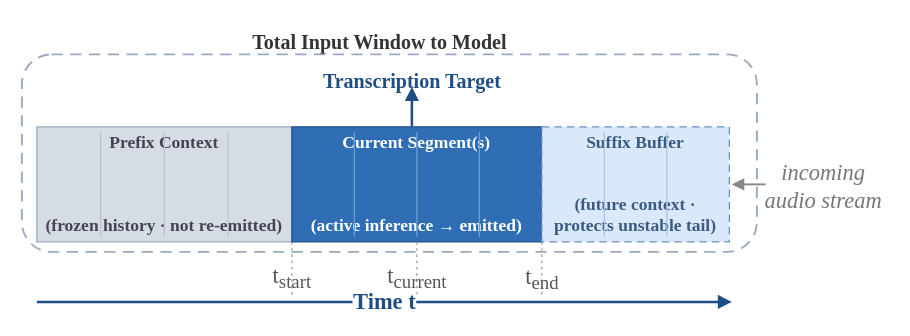
Earlier version of the draw.io diagram paper/tougao/attach/drawprompt/pic4.drawio (hua0424/streamllm). Source tidied: cells renumbered, new cells numbered last; positions are measured from the earlier drawing's top-left corner, leaving out a move shared by most shapes. Both pictures are drawn from the tidied source at 125%, with x=0, y=0 at pixel (21, 21).
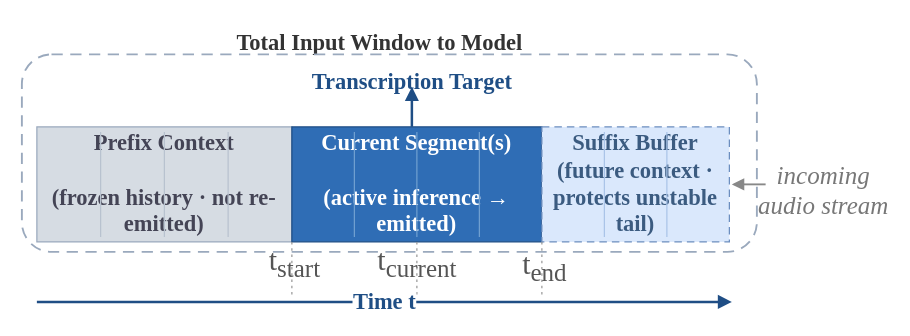
The same page after the edit.

Change to the diagram source:
```diff
@@
-    <mxCell id="2" value="&lt;font face=&quot;Times New Roman&quot; style=&quot;font-size: 16px;&quot;&gt;Total Input Window to Model&lt;/font&gt;" style="text;html=1;align=center;fontSize=12;fontStyle=1;fontColor=#333333;" parent="1" vertex="1">
+    <mxCell id="2" value="&lt;font face=&quot;Times New Roman&quot; style=&quot;font-size: 18px;&quot;&gt;Total Input Window to Model&lt;/font&gt;" style="text;html=1;align=center;fontSize=12;fontStyle=1;fontColor=#333333;" parent="1" vertex="1">
       <mxGeometry x="126" width="320" height="18" as="geometry" />
     </mxCell>
@@
-    <mxCell id="5" value="&lt;font face=&quot;Times New Roman&quot; style=&quot;font-size: 16px;&quot;&gt;Transcription Target&lt;/font&gt;" style="text;html=1;align=center;fontSize=10;fontStyle=1;fontColor=#1f4e85;" parent="1" vertex="1">
+    <mxCell id="5" value="&lt;font face=&quot;Times New Roman&quot; style=&quot;font-size: 18px;&quot;&gt;Transcription Target&lt;/font&gt;" style="text;html=1;align=center;fontSize=10;fontStyle=1;fontColor=#1f4e85;" parent="1" vertex="1">
       <mxGeometry x="222" y="31" width="180" height="14" as="geometry" />
     </mxCell>
-    <mxCell id="6" value="&lt;font face=&quot;Times New Roman&quot; style=&quot;font-size: 14px;&quot;&gt;Prefix Context&lt;br&gt;&lt;br&gt;&lt;br&gt;&lt;br&gt;(frozen history · not re-emitted)&lt;/font&gt;" style="rounded=0;whiteSpace=wrap;html=1;fillColor=#d6dce3;strokeColor=#9aa9bd;fontSize=12;fontStyle=1;fontColor=#445;verticalAlign=middle;" parent="1" vertex="1">
+    <mxCell id="6" value="&lt;font face=&quot;Times New Roman&quot; style=&quot;font-size: 18px;&quot;&gt;Prefix Context&lt;br&gt;&lt;br&gt;(frozen history · not re-emitted)&lt;/font&gt;" style="rounded=0;whiteSpace=wrap;html=1;fillColor=#d6dce3;strokeColor=#9aa9bd;fontSize=12;fontStyle=1;fontColor=#445;verticalAlign=middle;" parent="1" vertex="1">
       <mxGeometry x="12" y="84" width="204" height="92" as="geometry" />
     </mxCell>
-    <mxCell id="7" value="&lt;font face=&quot;Times New Roman&quot; style=&quot;font-size: 14px;&quot;&gt;Current Segment(s)&lt;br&gt;&lt;br&gt;&lt;br&gt;&lt;br&gt;(active inference → emitted)&lt;/font&gt;" style="rounded=0;whiteSpace=wrap;html=1;fillColor=#2f6db5;strokeColor=#1f4e85;fontSize=13;fontStyle=1;fontColor=#ffffff;verticalAlign=middle;" parent="1" vertex="1">
+    <mxCell id="7" value="&lt;font face=&quot;Times New Roman&quot; style=&quot;font-size: 18px;&quot;&gt;Current Segment(s)&lt;br&gt;&lt;br&gt;(active inference → emitted)&lt;/font&gt;" style="rounded=0;whiteSpace=wrap;html=1;fillColor=#2f6db5;strokeColor=#1f4e85;fontSize=13;fontStyle=1;fontColor=#ffffff;verticalAlign=middle;" parent="1" vertex="1">
       <mxGeometry x="216" y="84" width="200" height="92" as="geometry" />
     </mxCell>
-    <mxCell id="8" value="&lt;font face=&quot;Times New Roman&quot; style=&quot;font-size: 14px;&quot;&gt;Suffix Buffer&lt;br&gt;&lt;br&gt;&lt;br&gt;(future context ·&lt;br&gt;protects unstable tail)&lt;/font&gt;" style="rounded=0;whiteSpace=wrap;html=1;fillColor=#dae8fc;strokeColor=#6c8ebf;dashed=1;dashPattern=6 4;fontSize=11;fontStyle=1;fontColor=#3b5b80;verticalAlign=middle;" parent="1" vertex="1">
+    <mxCell id="8" value="&lt;font face=&quot;Times New Roman&quot; style=&quot;font-size: 18px;&quot;&gt;Suffix Buffer&lt;br&gt;(future context ·&lt;br&gt;protects unstable tail)&lt;/font&gt;" style="rounded=0;whiteSpace=wrap;html=1;fillColor=#dae8fc;strokeColor=#6c8ebf;dashed=1;dashPattern=6 4;fontSize=11;fontStyle=1;fontColor=#3b5b80;verticalAlign=middle;" parent="1" vertex="1">
       <mxGeometry x="416" y="84" width="150" height="92" as="geometry" />
     </mxCell>
@@
-    <mxCell id="17" value="&lt;font style=&quot;font-size: 18px;&quot; face=&quot;Times New Roman&quot;&gt;incoming&lt;br&gt;audio stream&lt;/font&gt;" style="text;html=1;align=center;fontSize=9;fontStyle=2;fontColor=#777777;" parent="1" vertex="1">
+    <mxCell id="17" value="&lt;font style=&quot;font-size: 20px;&quot; face=&quot;Times New Roman&quot;&gt;incoming&lt;br&gt;audio stream&lt;/font&gt;" style="text;html=1;align=center;fontSize=9;fontStyle=2;fontColor=#777777;" parent="1" vertex="1">
       <mxGeometry x="595" y="104" width="92" height="26" as="geometry" />
     </mxCell>
@@
-    <mxCell id="22" value="&lt;font style=&quot;font-size: 18px;&quot; face=&quot;Times New Roman&quot;&gt;t&lt;sub style=&quot;&quot;&gt;start&lt;/sub&gt;&lt;/font&gt;" style="text;html=1;align=center;fontSize=10;fontColor=#555555;" parent="1" vertex="1">
-      <mxGeometry x="191" y="186" width="50" height="14" as="geometry" />
+    <mxCell id="22" value="&lt;font style=&quot;font-size: 24px;&quot; face=&quot;Times New Roman&quot;&gt;t&lt;sub style=&quot;&quot;&gt;start&lt;/sub&gt;&lt;/font&gt;" style="text;html=1;align=center;fontSize=10;fontColor=#555555;" parent="1" vertex="1">
+      <mxGeometry x="193" y="170" width="50" height="14" as="geometry" />
     </mxCell>
-    <mxCell id="23" value="&lt;font style=&quot;font-size: 18px;&quot; face=&quot;Times New Roman&quot;&gt;t&lt;sub style=&quot;&quot;&gt;current&lt;/sub&gt;&lt;/font&gt;" style="text;html=1;align=center;fontSize=10;fontColor=#555555;" parent="1" vertex="1">
-      <mxGeometry x="286" y="186" width="60" height="14" as="geometry" />
+    <mxCell id="23" value="&lt;font style=&quot;font-size: 24px;&quot; face=&quot;Times New Roman&quot;&gt;t&lt;sub style=&quot;&quot;&gt;current&lt;/sub&gt;&lt;/font&gt;" style="text;html=1;align=center;fontSize=10;fontColor=#555555;" parent="1" vertex="1">
+      <mxGeometry x="286" y="170" width="60" height="14" as="geometry" />
     </mxCell>
-    <mxCell id="24" value="&lt;font style=&quot;font-size: 18px;&quot; face=&quot;Times New Roman&quot;&gt;t&lt;sub style=&quot;&quot;&gt;end&lt;/sub&gt;&lt;/font&gt;" style="text;html=1;align=center;fontSize=10;fontColor=#555555;" parent="1" vertex="1">
-      <mxGeometry x="391" y="187" width="50" height="14" as="geometry" />
+    <mxCell id="24" value="&lt;font style=&quot;font-size: 24px;&quot; face=&quot;Times New Roman&quot;&gt;t&lt;sub style=&quot;&quot;&gt;end&lt;/sub&gt;&lt;/font&gt;" style="text;html=1;align=center;fontSize=10;fontColor=#555555;" parent="1" vertex="1">
+      <mxGeometry x="393" y="173" width="50" height="14" as="geometry" />
     </mxCell>
```
